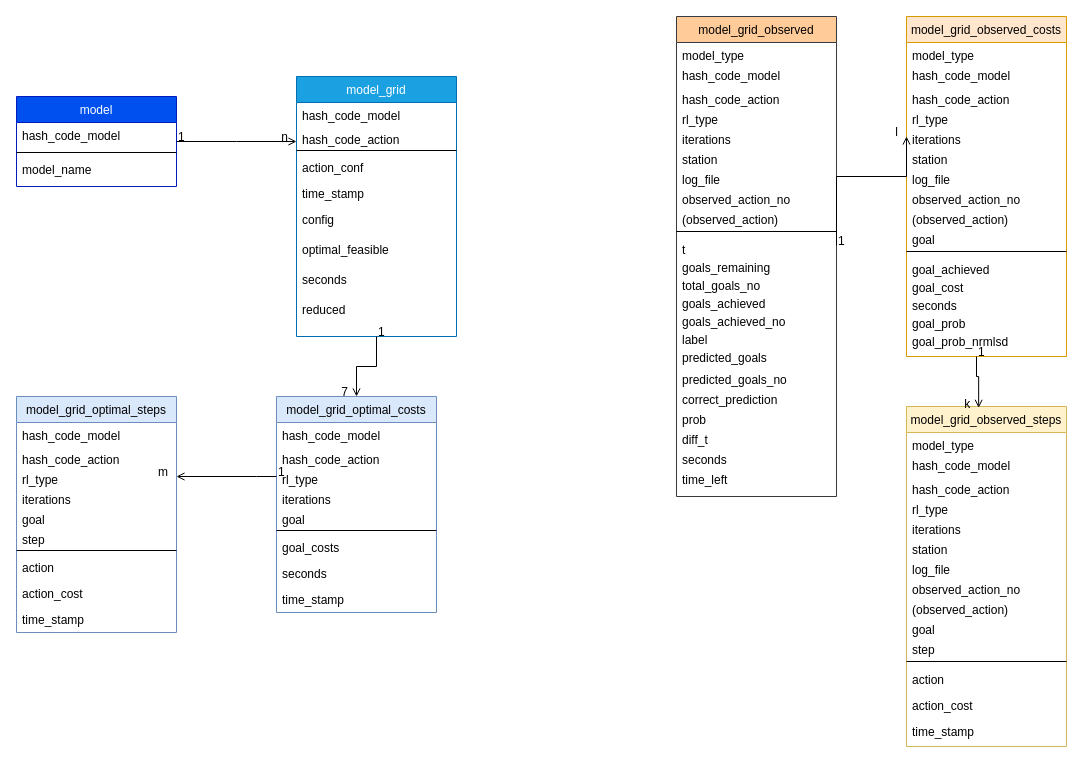
Above: Datenmodell.drawio in MatthiasWikenheiser/goal_recognition (draw.io), before the change. Source tidied: cells renumbered, new cells numbered last; positions are measured from the earlier drawing's top-left corner, leaving out a move shared by most shapes. Both pictures are drawn from the tidied source at 100%, with x=0, y=0 at pixel (16, 16).
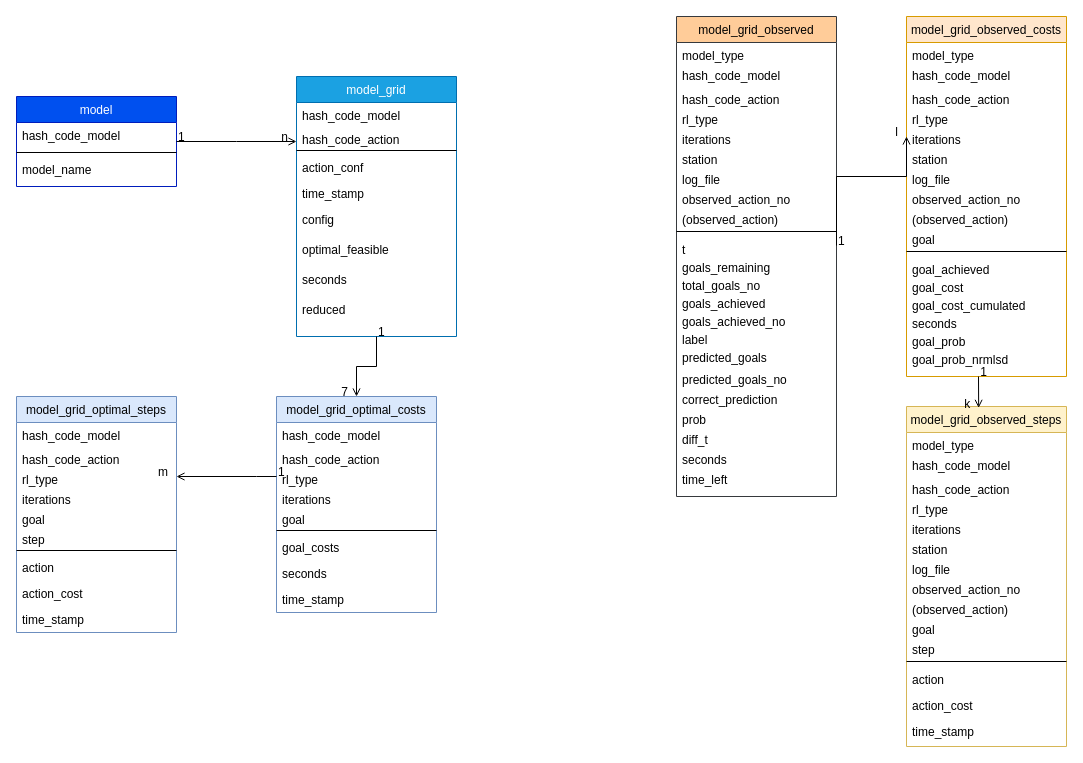
The same diagram, later.

Unchanged cells that the change refers to:
```xml
<mxCell id="46" value="model_grid_observed_steps&#10;" style="swimlane;fontStyle=0;align=center;verticalAlign=top;horizontal=1;startSize=26;rounded=0;shadow=0;strokeWidth=1;fillColor=#fff2cc;strokeColor=#d6b656;" parent="1" vertex="1">
  <mxGeometry x="890" y="390" width="160" height="340" as="geometry" />
</mxCell>
```

Change to the diagram source:
```diff
@@
     <mxCell id="62" value="model_grid_observed_costs&#10;" style="swimlane;fontStyle=0;align=center;verticalAlign=top;horizontal=1;startSize=26;rounded=0;shadow=0;strokeWidth=1;fillColor=#ffe6cc;strokeColor=#d79b00;" parent="1" vertex="1">
-      <mxGeometry x="890" width="160" height="340" as="geometry" />
+      <mxGeometry x="890" width="160" height="360" as="geometry" />
     </mxCell>
@@
+    <mxCell id="109" value="goal_cost_cumulated" style="text;align=left;verticalAlign=top;spacingLeft=4;spacingRight=4;overflow=hidden;" parent="62" vertex="1">
+      <mxGeometry y="276" width="160" height="18" as="geometry" />
+    </mxCell>
     <mxCell id="76" value="seconds" style="text;align=left;verticalAlign=top;spacingLeft=4;spacingRight=4;overflow=hidden;" parent="62" vertex="1">
-      <mxGeometry y="276" width="160" height="18" as="geometry" />
+      <mxGeometry y="294" width="160" height="18" as="geometry" />
     </mxCell>
     <mxCell id="77" value="goal_prob" style="text;align=left;verticalAlign=top;spacingLeft=4;spacingRight=4;overflow=hidden;" parent="62" vertex="1">
-      <mxGeometry y="294" width="160" height="18" as="geometry" />
+      <mxGeometry y="312" width="160" height="18" as="geometry" />
     </mxCell>
     <mxCell id="78" value="goal_prob_nrmlsd" style="text;align=left;verticalAlign=top;spacingLeft=4;spacingRight=4;overflow=hidden;" parent="62" vertex="1">
-      <mxGeometry y="312" width="160" height="18" as="geometry" />
+      <mxGeometry y="330" width="160" height="18" as="geometry" />
     </mxCell>
     <mxCell id="79" style="endArrow=open;shadow=0;strokeWidth=1;rounded=0;endFill=1;edgeStyle=elbowEdgeStyle;elbow=vertical;entryX=0.451;entryY=0.004;entryDx=0;entryDy=0;entryPerimeter=0;" parent="1" edge="1" target="46">
       <mxGeometry x="0.5" y="41" relative="1" as="geometry">
-        <mxPoint x="960" y="340" as="sourcePoint" />
+        <mxPoint x="962" y="360" as="sourcePoint" />
         <Array as="points">
           <mxPoint x="1020" y="360" />
           <mxPoint x="1580" y="220" />
         </Array>
         <mxPoint x="-40" y="32" as="offset" />
       </mxGeometry>
     </mxCell>
```
